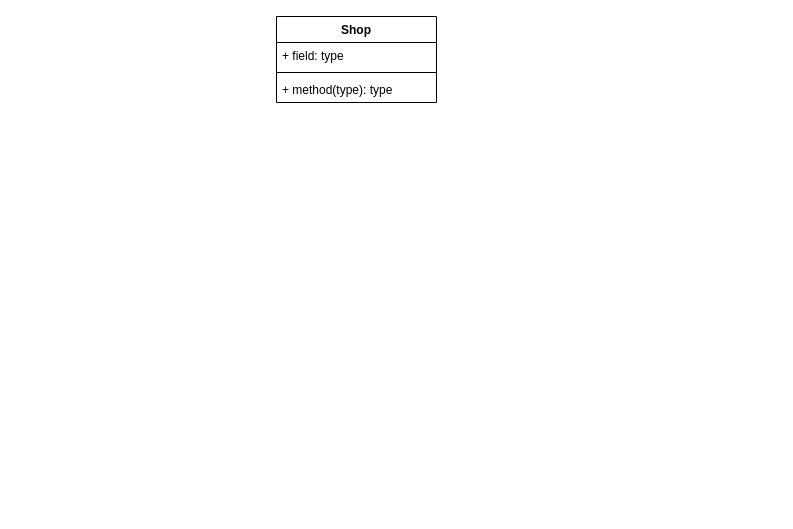
anhelinafetsenets/STORAGE keeps this draw.io diagram as shop.drawio. Above is the earlier version. Source tidied: cells renumbered, new cells numbered last; positions are measured from the earlier drawing's top-left corner, leaving out a move shared by most shapes. Both pictures are drawn from the tidied source at 100%, with x=0, y=0 at pixel (276, 16).
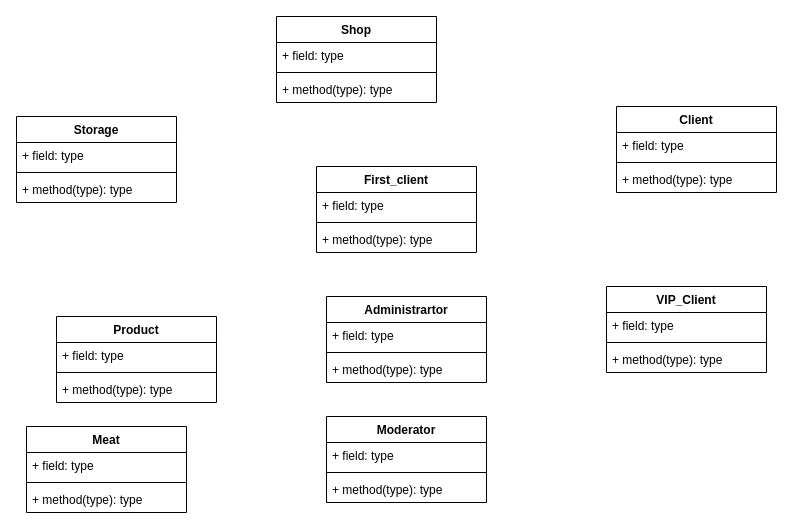
The same diagram, later.

Diff of the diagram source:
```diff
@@
+    <mxCell id="6" value="First_client" style="swimlane;fontStyle=1;align=center;verticalAlign=top;horizontal=1;startSize=26;fontColor=default;strokeColor=default;fillColor=default;" parent="1" vertex="1">
+      <mxGeometry x="40" y="150" width="160" height="86" as="geometry" />
+    </mxCell>
+    <mxCell id="7" value="+ field: type" style="text;strokeColor=none;fillColor=none;align=left;verticalAlign=top;spacingLeft=4;spacingRight=4;overflow=hidden;fontColor=default;" parent="6" vertex="1">
+      <mxGeometry y="26" width="160" height="26" as="geometry" />
+    </mxCell>
+    <mxCell id="8" style="line;strokeWidth=1;fillColor=none;align=left;verticalAlign=middle;spacingTop=-1;spacingLeft=3;spacingRight=3;labelPosition=right;fontColor=default;" parent="6" vertex="1">
+      <mxGeometry y="52" width="160" height="8" as="geometry" />
+    </mxCell>
+    <mxCell id="9" value="+ method(type): type" style="text;strokeColor=none;fillColor=none;align=left;verticalAlign=top;spacingLeft=4;spacingRight=4;overflow=hidden;fontColor=default;" parent="6" vertex="1">
+      <mxGeometry y="60" width="160" height="26" as="geometry" />
+    </mxCell>
+    <mxCell id="10" value="VIP_Client" style="swimlane;fontStyle=1;align=center;verticalAlign=top;horizontal=1;startSize=26;fontColor=default;strokeColor=default;fillColor=default;" parent="1" vertex="1">
+      <mxGeometry x="330" y="270" width="160" height="86" as="geometry" />
+    </mxCell>
+    <mxCell id="11" value="+ field: type" style="text;strokeColor=none;fillColor=none;align=left;verticalAlign=top;spacingLeft=4;spacingRight=4;overflow=hidden;fontColor=default;" parent="10" vertex="1">
+      <mxGeometry y="26" width="160" height="26" as="geometry" />
+    </mxCell>
+    <mxCell id="12" style="line;strokeWidth=1;fillColor=none;align=left;verticalAlign=middle;spacingTop=-1;spacingLeft=3;spacingRight=3;labelPosition=right;fontColor=default;" parent="10" vertex="1">
+      <mxGeometry y="52" width="160" height="8" as="geometry" />
+    </mxCell>
+    <mxCell id="13" value="+ method(type): type" style="text;strokeColor=none;fillColor=none;align=left;verticalAlign=top;spacingLeft=4;spacingRight=4;overflow=hidden;fontColor=default;" parent="10" vertex="1">
+      <mxGeometry y="60" width="160" height="26" as="geometry" />
+    </mxCell>
+    <mxCell id="14" value="Client" style="swimlane;fontStyle=1;align=center;verticalAlign=top;horizontal=1;startSize=26;fontColor=default;strokeColor=default;fillColor=default;" parent="1" vertex="1">
+      <mxGeometry x="340" y="90" width="160" height="86" as="geometry" />
+    </mxCell>
+    <mxCell id="15" value="+ field: type" style="text;strokeColor=none;fillColor=none;align=left;verticalAlign=top;spacingLeft=4;spacingRight=4;overflow=hidden;fontColor=default;" parent="14" vertex="1">
+      <mxGeometry y="26" width="160" height="26" as="geometry" />
+    </mxCell>
+    <mxCell id="16" style="line;strokeWidth=1;fillColor=none;align=left;verticalAlign=middle;spacingTop=-1;spacingLeft=3;spacingRight=3;labelPosition=right;fontColor=default;" parent="14" vertex="1">
+      <mxGeometry y="52" width="160" height="8" as="geometry" />
+    </mxCell>
+    <mxCell id="17" value="+ method(type): type" style="text;strokeColor=none;fillColor=none;align=left;verticalAlign=top;spacingLeft=4;spacingRight=4;overflow=hidden;fontColor=default;" parent="14" vertex="1">
+      <mxGeometry y="60" width="160" height="26" as="geometry" />
+    </mxCell>
+    <mxCell id="18" value="Moderator" style="swimlane;fontStyle=1;align=center;verticalAlign=top;horizontal=1;startSize=26;fontColor=default;strokeColor=default;fillColor=default;" parent="1" vertex="1">
+      <mxGeometry x="50" y="400" width="160" height="86" as="geometry" />
+    </mxCell>
+    <mxCell id="19" value="+ field: type" style="text;strokeColor=none;fillColor=none;align=left;verticalAlign=top;spacingLeft=4;spacingRight=4;overflow=hidden;fontColor=default;" parent="18" vertex="1">
+      <mxGeometry y="26" width="160" height="26" as="geometry" />
+    </mxCell>
+    <mxCell id="20" style="line;strokeWidth=1;fillColor=none;align=left;verticalAlign=middle;spacingTop=-1;spacingLeft=3;spacingRight=3;labelPosition=right;fontColor=default;" parent="18" vertex="1">
+      <mxGeometry y="52" width="160" height="8" as="geometry" />
+    </mxCell>
+    <mxCell id="21" value="+ method(type): type" style="text;strokeColor=none;fillColor=none;align=left;verticalAlign=top;spacingLeft=4;spacingRight=4;overflow=hidden;fontColor=default;" parent="18" vertex="1">
+      <mxGeometry y="60" width="160" height="26" as="geometry" />
+    </mxCell>
+    <mxCell id="22" value="Administrartor" style="swimlane;fontStyle=1;align=center;verticalAlign=top;horizontal=1;startSize=26;fontColor=default;strokeColor=default;fillColor=default;" parent="1" vertex="1">
+      <mxGeometry x="50" y="280" width="160" height="86" as="geometry" />
+    </mxCell>
+    <mxCell id="23" value="+ field: type" style="text;strokeColor=none;fillColor=none;align=left;verticalAlign=top;spacingLeft=4;spacingRight=4;overflow=hidden;fontColor=default;" parent="22" vertex="1">
+      <mxGeometry y="26" width="160" height="26" as="geometry" />
+    </mxCell>
+    <mxCell id="24" style="line;strokeWidth=1;fillColor=none;align=left;verticalAlign=middle;spacingTop=-1;spacingLeft=3;spacingRight=3;labelPosition=right;fontColor=default;" parent="22" vertex="1">
+      <mxGeometry y="52" width="160" height="8" as="geometry" />
+    </mxCell>
+    <mxCell id="25" value="+ method(type): type" style="text;strokeColor=none;fillColor=none;align=left;verticalAlign=top;spacingLeft=4;spacingRight=4;overflow=hidden;fontColor=default;" parent="22" vertex="1">
+      <mxGeometry y="60" width="160" height="26" as="geometry" />
+    </mxCell>
+    <mxCell id="26" value="Meat" style="swimlane;fontStyle=1;align=center;verticalAlign=top;horizontal=1;startSize=26;fontColor=default;strokeColor=default;fillColor=default;" parent="1" vertex="1">
+      <mxGeometry x="-250" y="410" width="160" height="86" as="geometry" />
+    </mxCell>
+    <mxCell id="27" value="+ field: type" style="text;strokeColor=none;fillColor=none;align=left;verticalAlign=top;spacingLeft=4;spacingRight=4;overflow=hidden;fontColor=default;" parent="26" vertex="1">
+      <mxGeometry y="26" width="160" height="26" as="geometry" />
+    </mxCell>
+    <mxCell id="28" style="line;strokeWidth=1;fillColor=none;align=left;verticalAlign=middle;spacingTop=-1;spacingLeft=3;spacingRight=3;labelPosition=right;fontColor=default;" parent="26" vertex="1">
+      <mxGeometry y="52" width="160" height="8" as="geometry" />
+    </mxCell>
+    <mxCell id="29" value="+ method(type): type" style="text;strokeColor=none;fillColor=none;align=left;verticalAlign=top;spacingLeft=4;spacingRight=4;overflow=hidden;fontColor=default;" parent="26" vertex="1">
+      <mxGeometry y="60" width="160" height="26" as="geometry" />
+    </mxCell>
+    <mxCell id="30" value="Product" style="swimlane;fontStyle=1;align=center;verticalAlign=top;horizontal=1;startSize=26;fontColor=default;strokeColor=default;fillColor=default;" parent="1" vertex="1">
+      <mxGeometry x="-220" y="300" width="160" height="86" as="geometry" />
+    </mxCell>
+    <mxCell id="31" value="+ field: type" style="text;strokeColor=none;fillColor=none;align=left;verticalAlign=top;spacingLeft=4;spacingRight=4;overflow=hidden;fontColor=default;" parent="30" vertex="1">
+      <mxGeometry y="26" width="160" height="26" as="geometry" />
+    </mxCell>
+    <mxCell id="32" style="line;strokeWidth=1;fillColor=none;align=left;verticalAlign=middle;spacingTop=-1;spacingLeft=3;spacingRight=3;labelPosition=right;fontColor=default;" parent="30" vertex="1">
+      <mxGeometry y="52" width="160" height="8" as="geometry" />
+    </mxCell>
+    <mxCell id="33" value="+ method(type): type" style="text;strokeColor=none;fillColor=none;align=left;verticalAlign=top;spacingLeft=4;spacingRight=4;overflow=hidden;fontColor=default;" parent="30" vertex="1">
+      <mxGeometry y="60" width="160" height="26" as="geometry" />
+    </mxCell>
+    <mxCell id="34" value="Storage" style="swimlane;fontStyle=1;align=center;verticalAlign=top;horizontal=1;startSize=26;fontColor=default;strokeColor=default;fillColor=default;" parent="1" vertex="1">
+      <mxGeometry x="-260" y="100" width="160" height="86" as="geometry" />
+    </mxCell>
+    <mxCell id="35" value="+ field: type" style="text;strokeColor=none;fillColor=none;align=left;verticalAlign=top;spacingLeft=4;spacingRight=4;overflow=hidden;fontColor=default;" parent="34" vertex="1">
+      <mxGeometry y="26" width="160" height="26" as="geometry" />
+    </mxCell>
+    <mxCell id="36" style="line;strokeWidth=1;fillColor=none;align=left;verticalAlign=middle;spacingTop=-1;spacingLeft=3;spacingRight=3;labelPosition=right;fontColor=default;" parent="34" vertex="1">
+      <mxGeometry y="52" width="160" height="8" as="geometry" />
+    </mxCell>
+    <mxCell id="37" value="+ method(type): type" style="text;strokeColor=none;fillColor=none;align=left;verticalAlign=top;spacingLeft=4;spacingRight=4;overflow=hidden;fontColor=default;" parent="34" vertex="1">
+      <mxGeometry y="60" width="160" height="26" as="geometry" />
+    </mxCell>
```
